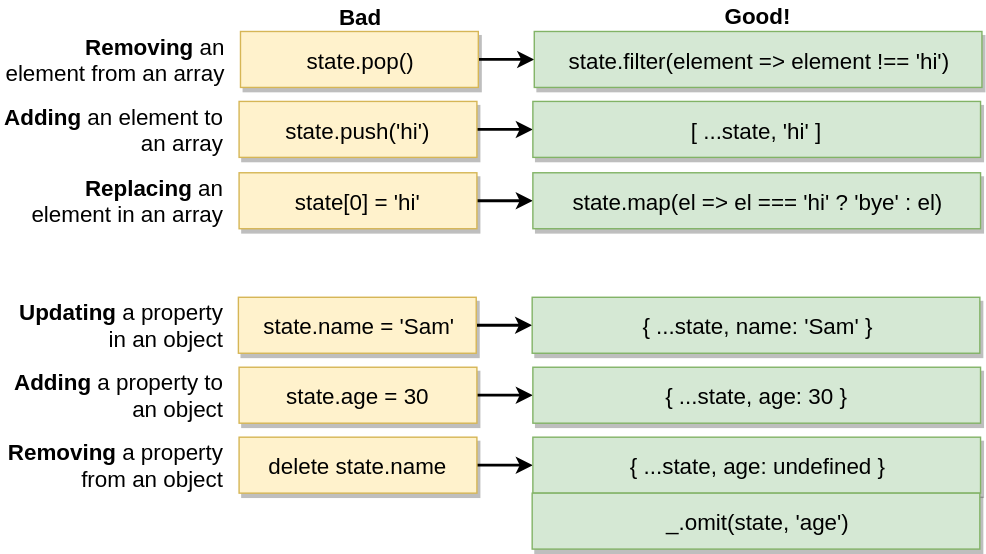
The draw.io diagram diagrams/reducers-how-to-avoid-mutating-state.svg in serodriguez68/react-cheatsheet-udemy-2019, before a commit. Source tidied: cells renumbered, new cells last; positions are measured from the earlier drawing's top-left corner, leaving out a move shared by most shapes.
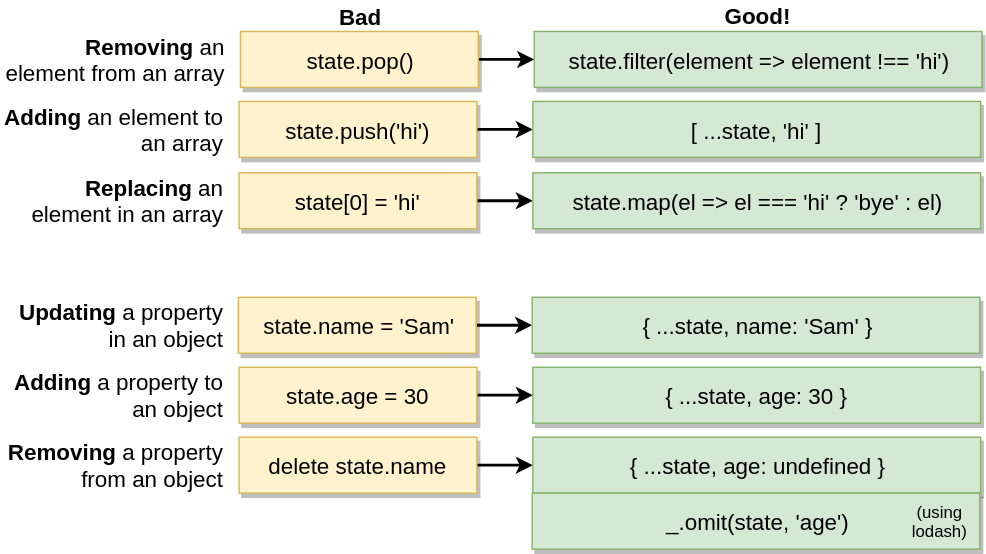
After the change.

The edit, as a diff of the source:
```diff
@@ -83,5 +83,8 @@
     <mxCell id="28" value="_.omit(state, 'age')" style="rounded=0;whiteSpace=wrap;html=1;fontSize=16;shadow=1;fillColor=#d5e8d4;strokeColor=#82b366;" parent="1" vertex="1">
       <mxGeometry x="378.5" y="352" width="320" height="40" as="geometry" />
     </mxCell>
+    <mxCell id="29" value="(using lodash)" style="text;html=1;strokeColor=none;fillColor=none;align=center;verticalAlign=middle;whiteSpace=wrap;rounded=0;" parent="1" vertex="1">
+      <mxGeometry x="650" y="362" width="40" height="20" as="geometry" />
+    </mxCell>
   </root>
 </mxGraphModel>
```
